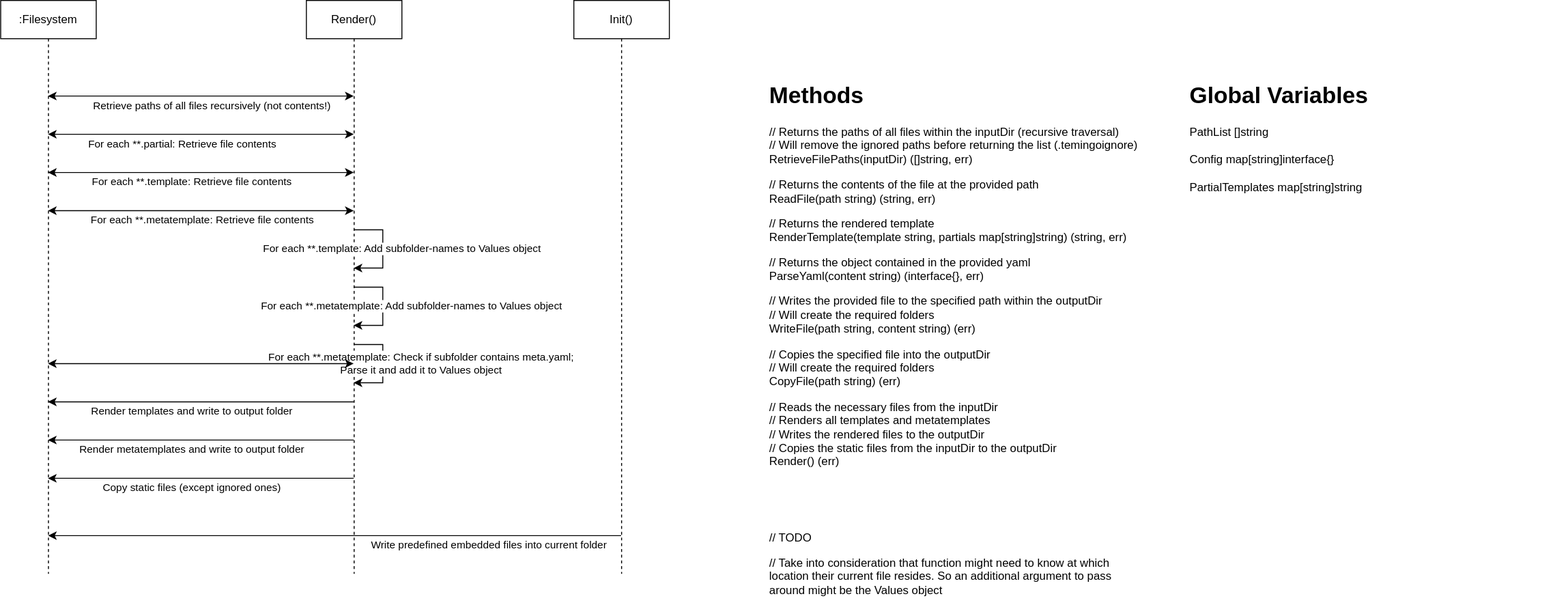
thetillhoff/temingo keeps this draw.io diagram as temingo.drawio.svg. Above is the earlier version. Source tidied: cells renumbered, new cells last; positions are measured from the earlier drawing's top-left corner, leaving out a move shared by most shapes. The source it was exported from:
```xml
<mxGraphModel>
  <root>
    <mxCell id="0" />
    <mxCell id="1" parent="0" />
    <mxCell id="2" value=":Filesystem" style="shape=umlLifeline;perimeter=lifelinePerimeter;whiteSpace=wrap;html=1;outlineConnect=0;" parent="1" vertex="1">
      <mxGeometry width="100" height="600" as="geometry" />
    </mxCell>
    <mxCell id="3" value="Render()" style="shape=umlLifeline;perimeter=lifelinePerimeter;whiteSpace=wrap;html=1;" parent="1" vertex="1">
      <mxGeometry x="320" width="100" height="600" as="geometry" />
    </mxCell>
    <mxCell id="4" value="Init()" style="shape=umlLifeline;perimeter=lifelinePerimeter;whiteSpace=wrap;html=1;outlineConnect=0;" parent="1" vertex="1">
      <mxGeometry x="600" width="100" height="600" as="geometry" />
    </mxCell>
    <mxCell id="5" style="endArrow=classic;startArrow=classic;html=1;rounded=0;" parent="1" edge="1">
      <mxGeometry relative="1" as="geometry">
        <mxPoint x="49.5" y="100" as="sourcePoint" />
        <mxPoint x="369.5" y="100" as="targetPoint" />
        <Array as="points">
          <mxPoint x="220" y="100" />
        </Array>
      </mxGeometry>
    </mxCell>
    <mxCell id="6" value="Retrieve paths of all files recursively (not contents!)" style="edgeLabel;html=1;align=center;verticalAlign=middle;" parent="5" vertex="1">
      <mxGeometry x="0.38" relative="1" as="geometry">
        <mxPoint x="-51" y="10" as="offset" />
      </mxGeometry>
    </mxCell>
    <mxCell id="7" style="endArrow=classic;startArrow=classic;html=1;rounded=0;" parent="1" edge="1">
      <mxGeometry relative="1" as="geometry">
        <mxPoint x="49.5" y="140" as="sourcePoint" />
        <mxPoint x="369.5" y="140" as="targetPoint" />
        <Array as="points">
          <mxPoint x="200" y="140" />
        </Array>
      </mxGeometry>
    </mxCell>
    <mxCell id="8" value="For each **.partial: Retrieve file contents" style="edgeLabel;html=1;align=center;verticalAlign=middle;" parent="7" vertex="1">
      <mxGeometry x="0.28" y="-2" relative="1" as="geometry">
        <mxPoint x="-64" y="8" as="offset" />
      </mxGeometry>
    </mxCell>
    <mxCell id="9" style="endArrow=classic;startArrow=classic;html=1;rounded=0;" parent="1" edge="1">
      <mxGeometry relative="1" as="geometry">
        <mxPoint x="49.5" y="180" as="sourcePoint" />
        <mxPoint x="369.5" y="180" as="targetPoint" />
        <Array as="points">
          <mxPoint x="210" y="180" />
        </Array>
      </mxGeometry>
    </mxCell>
    <mxCell id="10" value="For each **.template: Retrieve file contents" style="edgeLabel;html=1;align=center;verticalAlign=middle;" parent="9" vertex="1">
      <mxGeometry x="0.28" y="-2" relative="1" as="geometry">
        <mxPoint x="-54" y="8" as="offset" />
      </mxGeometry>
    </mxCell>
    <mxCell id="11" style="endArrow=classic;html=1;rounded=0;" parent="1" edge="1">
      <mxGeometry relative="1" as="geometry">
        <mxPoint x="369.5" y="240" as="sourcePoint" />
        <mxPoint x="369.5" y="280" as="targetPoint" />
        <Array as="points">
          <mxPoint x="400" y="240" />
          <mxPoint x="400" y="280" />
        </Array>
      </mxGeometry>
    </mxCell>
    <mxCell id="12" value="For each **.template: Add subfolder-names to Values object" style="edgeLabel;html=1;align=center;verticalAlign=middle;" parent="11" vertex="1">
      <mxGeometry x="-0.45" relative="1" as="geometry">
        <mxPoint x="23" y="20" as="offset" />
      </mxGeometry>
    </mxCell>
    <mxCell id="13" style="endArrow=classic;startArrow=classic;html=1;rounded=0;" parent="1" edge="1">
      <mxGeometry relative="1" as="geometry">
        <mxPoint x="369.5" y="220" as="sourcePoint" />
        <mxPoint x="49.5" y="220" as="targetPoint" />
        <Array as="points">
          <mxPoint x="210" y="220" />
        </Array>
      </mxGeometry>
    </mxCell>
    <mxCell id="14" value="For each **.metatemplate: Retrieve file contents" style="edgeLabel;html=1;align=center;verticalAlign=middle;" parent="13" vertex="1">
      <mxGeometry x="0.26" relative="1" as="geometry">
        <mxPoint x="42" y="10" as="offset" />
      </mxGeometry>
    </mxCell>
    <mxCell id="15" style="endArrow=classic;html=1;rounded=0;" parent="1" edge="1">
      <mxGeometry relative="1" as="geometry">
        <mxPoint x="369.5" y="300" as="sourcePoint" />
        <mxPoint x="369.5" y="340" as="targetPoint" />
        <Array as="points">
          <mxPoint x="400" y="300" />
          <mxPoint x="400" y="340" />
        </Array>
      </mxGeometry>
    </mxCell>
    <mxCell id="16" value="For each **.metatemplate: Add subfolder-names to Values object" style="edgeLabel;html=1;align=center;verticalAlign=middle;" parent="15" vertex="1">
      <mxGeometry x="-0.45" relative="1" as="geometry">
        <mxPoint x="33" y="20" as="offset" />
      </mxGeometry>
    </mxCell>
    <mxCell id="17" style="endArrow=classic;html=1;rounded=0;" parent="1" edge="1">
      <mxGeometry relative="1" as="geometry">
        <mxPoint x="369.5" y="360" as="sourcePoint" />
        <mxPoint x="369.5" y="400" as="targetPoint" />
        <Array as="points">
          <mxPoint x="400" y="360" />
          <mxPoint x="400" y="400" />
        </Array>
      </mxGeometry>
    </mxCell>
    <mxCell id="18" value="&lt;div&gt;For each **.metatemplate: Check if subfolder contains meta.yaml;&lt;/div&gt;&lt;div&gt;Parse it and add it to Values object&lt;br&gt;&lt;/div&gt;" style="edgeLabel;html=1;align=center;verticalAlign=middle;" parent="17" vertex="1">
      <mxGeometry x="-0.45" relative="1" as="geometry">
        <mxPoint x="43" y="20" as="offset" />
      </mxGeometry>
    </mxCell>
    <mxCell id="19" style="endArrow=classic;startArrow=classic;html=1;rounded=0;" parent="1" edge="1">
      <mxGeometry relative="1" as="geometry">
        <mxPoint x="49.5" y="380" as="sourcePoint" />
        <mxPoint x="369.5" y="380" as="targetPoint" />
        <Array as="points">
          <mxPoint x="200" y="380" />
        </Array>
      </mxGeometry>
    </mxCell>
    <mxCell id="20" style="endArrow=classic;html=1;rounded=0;" parent="1" edge="1">
      <mxGeometry relative="1" as="geometry">
        <mxPoint x="369.5" y="420" as="sourcePoint" />
        <mxPoint x="49.5" y="420" as="targetPoint" />
        <Array as="points">
          <mxPoint x="220" y="420" />
        </Array>
      </mxGeometry>
    </mxCell>
    <mxCell id="21" value="Render templates and write to output folder" style="edgeLabel;html=1;align=center;verticalAlign=middle;" parent="20" vertex="1">
      <mxGeometry x="-0.14" y="-1" relative="1" as="geometry">
        <mxPoint x="-32" y="11" as="offset" />
      </mxGeometry>
    </mxCell>
    <mxCell id="22" style="endArrow=classic;html=1;rounded=0;" parent="1" edge="1">
      <mxGeometry relative="1" as="geometry">
        <mxPoint x="369.5" y="460" as="sourcePoint" />
        <mxPoint x="49.5" y="460" as="targetPoint" />
        <Array as="points">
          <mxPoint x="240" y="460" />
        </Array>
      </mxGeometry>
    </mxCell>
    <mxCell id="23" value="Render metatemplates and write to output folder" style="edgeLabel;html=1;align=center;verticalAlign=middle;" parent="22" vertex="1">
      <mxGeometry x="-0.14" y="-1" relative="1" as="geometry">
        <mxPoint x="-32" y="11" as="offset" />
      </mxGeometry>
    </mxCell>
    <mxCell id="24" style="endArrow=classic;html=1;rounded=0;" parent="1" edge="1">
      <mxGeometry relative="1" as="geometry">
        <mxPoint x="369.5" y="500" as="sourcePoint" />
        <mxPoint x="49.5" y="500" as="targetPoint" />
        <Array as="points">
          <mxPoint x="240.3" y="500" />
        </Array>
      </mxGeometry>
    </mxCell>
    <mxCell id="25" value="Copy static files (except ignored ones)" style="edgeLabel;html=1;align=center;verticalAlign=middle;" parent="24" vertex="1">
      <mxGeometry x="-0.14" y="-1" relative="1" as="geometry">
        <mxPoint x="-32" y="11" as="offset" />
      </mxGeometry>
    </mxCell>
    <mxCell id="26" style="endArrow=classic;html=1;rounded=0;" parent="1" edge="1" source="4" target="2">
      <mxGeometry relative="1" as="geometry">
        <Array as="points">
          <mxPoint x="340" y="560" />
        </Array>
      </mxGeometry>
    </mxCell>
    <mxCell id="27" value="Write predefined embedded files into current folder" style="edgeLabel;html=1;align=center;verticalAlign=middle;" parent="26" vertex="1">
      <mxGeometry x="-0.33" y="1" relative="1" as="geometry">
        <mxPoint x="64" y="9" as="offset" />
      </mxGeometry>
    </mxCell>
    <mxCell id="28" value="&lt;h1&gt;Methods&lt;/h1&gt;&lt;p&gt;// Returns the paths of all files within the inputDir (recursive traversal)&lt;br&gt;// Will remove the ignored paths before returning the list (.temingoignore)&lt;br&gt;RetrieveFilePaths(inputDir) ([]string, err)&lt;br&gt;&lt;/p&gt;&lt;p&gt;// Returns the contents of the file at the provided path&lt;br&gt;ReadFile(path string) (string, err)&lt;br&gt;&lt;/p&gt;&lt;p&gt;// Returns the rendered template&lt;br&gt;RenderTemplate(template string, partials map[string]string) (string, err)&lt;/p&gt;&lt;p&gt;// Returns the object contained in the provided yaml&lt;br&gt;ParseYaml(content string) (interface{}, err)&lt;/p&gt;&lt;p&gt;// Writes the provided file to the specified path within the outputDir&lt;br&gt;// Will create the required folders&lt;br&gt;WriteFile(path string, content string) (err)&lt;/p&gt;&lt;p&gt;// Copies the specified file into the outputDir&lt;br&gt;// Will create the required folders&lt;br&gt;CopyFile(path string) (err)&lt;/p&gt;&lt;p&gt;// Reads the necessary files from the inputDir&lt;br&gt;// Renders all templates and metatemplates&lt;br&gt;// Writes the rendered files to the outputDir&lt;br&gt;// Copies the static files from the inputDir to the outputDir&lt;br&gt;Render() (err)&lt;/p&gt;&lt;p&gt;&lt;br&gt;&lt;/p&gt;&lt;p&gt;&lt;br&gt;&lt;/p&gt;&lt;p&gt;// TODO&lt;/p&gt;&lt;p&gt;// Take into consideration that function might need to know at which location their current file resides. So an additional argument to pass around might be the Values object&lt;br&gt;&lt;/p&gt;" style="text;html=1;strokeColor=none;fillColor=none;spacing=5;spacingTop=-20;whiteSpace=wrap;overflow=hidden;rounded=0;" parent="1" vertex="1">
      <mxGeometry x="800" y="80" width="400" height="550" as="geometry" />
    </mxCell>
    <mxCell id="29" value="&lt;h1&gt;Global Variables&lt;/h1&gt;&lt;div&gt;PathList []string&lt;br&gt;&lt;/div&gt;&lt;div&gt;&lt;br&gt;&lt;/div&gt;&lt;div&gt;Config map[string]interface{}&lt;/div&gt;&lt;div&gt;&lt;br&gt;&lt;/div&gt;&lt;div&gt;PartialTemplates map[string]string&lt;/div&gt;" style="text;html=1;strokeColor=none;fillColor=none;spacing=5;spacingTop=-20;whiteSpace=wrap;overflow=hidden;rounded=0;" parent="1" vertex="1">
      <mxGeometry x="1240" y="80" width="400" height="550" as="geometry" />
    </mxCell>
  </root>
</mxGraphModel>
```
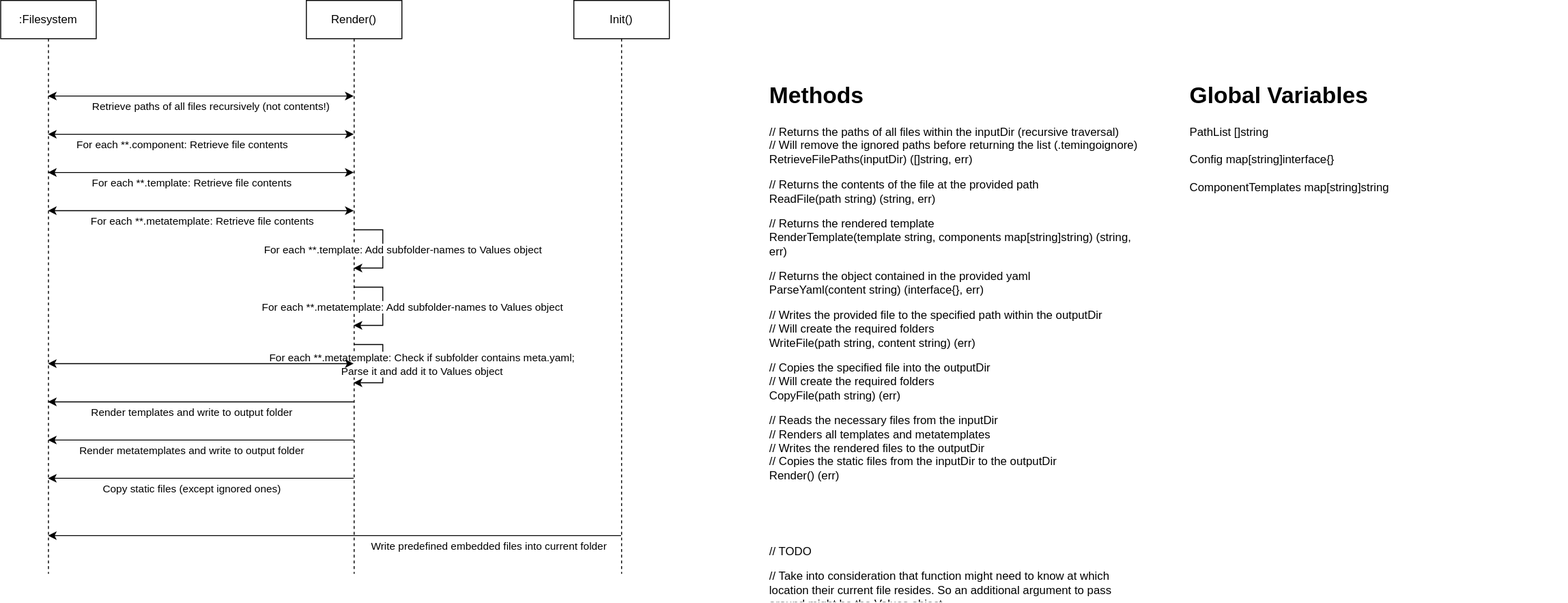
The same diagram one commit later.

Diff of the diagram source:
```diff
@@ -175,7 +175,7 @@
         <mxPoint x="64" y="9" as="offset" />
       </mxGeometry>
     </mxCell>
-    <mxCell id="28" value="&lt;h1&gt;Methods&lt;/h1&gt;&lt;p&gt;// Returns the paths of all files within the inputDir (recursive traversal)&lt;br&gt;// Will remove the ignored paths before returning the list (.temingoignore)&lt;br&gt;RetrieveFilePaths(inputDir) ([]string, err)&lt;br&gt;&lt;/p&gt;&lt;p&gt;// Returns the contents of the file at the provided path&lt;br&gt;ReadFile(path string) (string, err)&lt;br&gt;&lt;/p&gt;&lt;p&gt;// Returns the rendered template&lt;br&gt;RenderTemplate(template string, partials map[string]string) (string, err)&lt;/p&gt;&lt;p&gt;// Returns the object contained in the provided yaml&lt;br&gt;ParseYaml(content string) (interface{}, err)&lt;/p&gt;&lt;p&gt;// Writes the provided file to the specified path within the outputDir&lt;br&gt;// Will create the required folders&lt;br&gt;WriteFile(path string, content string) (err)&lt;/p&gt;&lt;p&gt;// Copies the specified file into the outputDir&lt;br&gt;// Will create the required folders&lt;br&gt;CopyFile(path string) (err)&lt;/p&gt;&lt;p&gt;// Reads the necessary files from the inputDir&lt;br&gt;// Renders all templates and metatemplates&lt;br&gt;// Writes the rendered files to the outputDir&lt;br&gt;// Copies the static files from the inputDir to the outputDir&lt;br&gt;Render() (err)&lt;/p&gt;&lt;p&gt;&lt;br&gt;&lt;/p&gt;&lt;p&gt;&lt;br&gt;&lt;/p&gt;&lt;p&gt;// TODO&lt;/p&gt;&lt;p&gt;// Take into consideration that function might need to know at which location their current file resides. So an additional argument to pass around might be the Values object&lt;br&gt;&lt;/p&gt;" style="text;html=1;strokeColor=none;fillColor=none;spacing=5;spacingTop=-20;whiteSpace=wrap;overflow=hidden;rounded=0;" parent="1" vertex="1">
+    <mxCell id="28" value="&lt;h1&gt;Methods&lt;/h1&gt;&lt;p&gt;// Returns the paths of all files within the inputDir (recursive traversal)&lt;br&gt;// Will remove the ignored paths before returning the list (.temingoignore)&lt;br&gt;RetrieveFilePaths(inputDir) ([]string, err)&lt;br&gt;&lt;/p&gt;&lt;p&gt;// Returns the contents of the file at the provided path&lt;br&gt;ReadFile(path string) (string, err)&lt;br&gt;&lt;/p&gt;&lt;p&gt;// Returns the rendered template&lt;br&gt;RenderTemplate(template string, partials map[string]string) (string, err)&lt;/p&gt;&lt;p&gt;// Returns the object contained in the provided yaml&lt;br&gt;ParseYaml(content string) (interface{}, err)&lt;/p&gt;&lt;p&gt;// Writes the provided file to the specified path within the outputDir&lt;br&gt;// Will create the required folders&lt;br&gt;WriteFile(path string, content string) (err)&lt;/p&gt;&lt;p&gt;// Copies the specified file into the outputDir&lt;br&gt;// Will create the required folders&lt;br&gt;CopyFile(path string) (err)&lt;/p&gt;&lt;p&gt;// Reads the necessary files from the inputDir&lt;br&gt;// Renders all templates and metatemplates&lt;br&gt;// Writes the rendered files to the outputDir&lt;br&gt;// Copies the static files from the inputDir to the outputDir&lt;br&gt;Render() (err)&lt;/p&gt;&lt;p&gt;&lt;br&gt;&lt;/p&gt;&lt;p&gt;&lt;br&gt;&lt;/p&gt;&lt;p&gt;// TODO&lt;/p&gt;&lt;p&gt;// Take into consideration that function might need to know at which location their current file resides. So an additional argument to pass around might be the Values object&lt;br&gt;&lt;/p&gt;&lt;p&gt;// It might be a performance benefit, if the rendering would happen in parallel, and in the next step, the copying of the files as well (first create all folders synchronisely, then copy the files in parallel).&lt;/p&gt;" style="text;html=1;strokeColor=none;fillColor=none;spacing=5;spacingTop=-20;whiteSpace=wrap;overflow=hidden;rounded=0;" parent="1" vertex="1">
       <mxGeometry x="800" y="80" width="400" height="550" as="geometry" />
     </mxCell>
     <mxCell id="29" value="&lt;h1&gt;Global Variables&lt;/h1&gt;&lt;div&gt;PathList []string&lt;br&gt;&lt;/div&gt;&lt;div&gt;&lt;br&gt;&lt;/div&gt;&lt;div&gt;Config map[string]interface{}&lt;/div&gt;&lt;div&gt;&lt;br&gt;&lt;/div&gt;&lt;div&gt;PartialTemplates map[string]string&lt;/div&gt;" style="text;html=1;strokeColor=none;fillColor=none;spacing=5;spacingTop=-20;whiteSpace=wrap;overflow=hidden;rounded=0;" parent="1" vertex="1">
```
